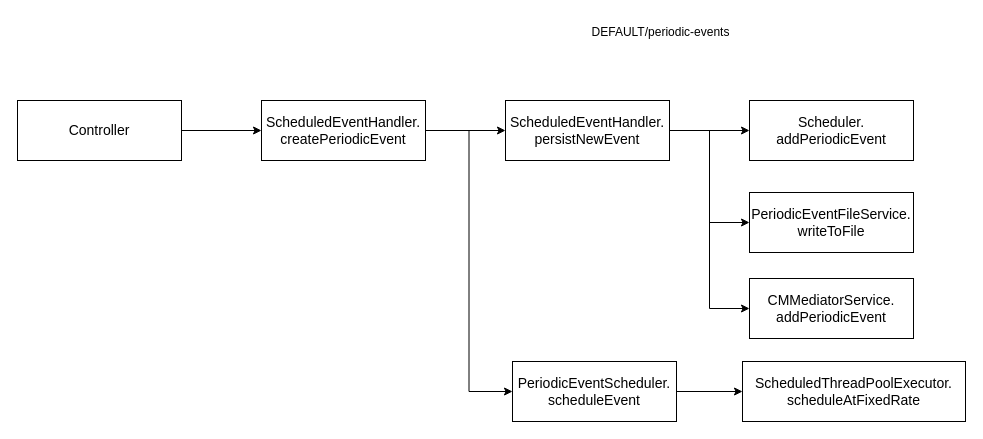
This is scheduler_BRO.drawio from Albert-W/Draw_io, a draw.io file, before an edit. Source tidied: cells renumbered, new cells numbered last; positions are measured from the earlier drawing's top-left corner, leaving out a move shared by most shapes. Both pictures are drawn from the tidied source at 100%, with x=0, y=0 at pixel (17, 17).
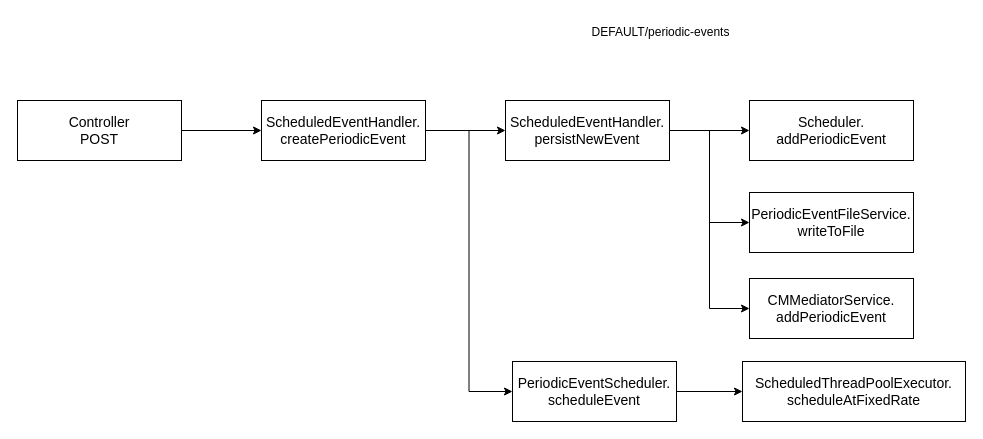
The same page after the edit.

Diff of the diagram source:
```diff
@@
 <mxGraphModel>
   <root>
     <mxCell id="0" />
     <mxCell id="1" parent="0" />
     <mxCell id="2" style="edgeStyle=orthogonalEdgeStyle;rounded=0;jettySize=auto;html=1;" parent="1" edge="1" source="3" target="6">
       <mxGeometry relative="1" as="geometry" />
     </mxCell>
-    <mxCell id="3" value="Controller" style="whiteSpace=wrap;html=1;align=center;newEdgeStyle={&quot;edgeStyle&quot;:&quot;elbowEdgeStyle&quot;,&quot;startArrow&quot;:&quot;none&quot;,&quot;endArrow&quot;:&quot;none&quot;};fontStyle=0;fontSize=14;" parent="1" vertex="1">
+    <mxCell id="3" value="&lt;div&gt;Controller&lt;/div&gt;POST" style="whiteSpace=wrap;html=1;align=center;newEdgeStyle={&quot;edgeStyle&quot;:&quot;elbowEdgeStyle&quot;,&quot;startArrow&quot;:&quot;none&quot;,&quot;endArrow&quot;:&quot;none&quot;};fontStyle=0;fontSize=14;" parent="1" vertex="1">
       <mxGeometry y="83" width="164" height="60" as="geometry" />
     </mxCell>
     <mxCell id="4" style="edgeStyle=orthogonalEdgeStyle;rounded=0;jettySize=auto;html=1;" parent="1" edge="1" source="6" target="10">
       <mxGeometry relative="1" as="geometry" />
     </mxCell>
     <mxCell id="5" style="edgeStyle=orthogonalEdgeStyle;rounded=0;jettySize=auto;html=1;entryX=0;entryY=0.5;entryDx=0;entryDy=0;" parent="1" edge="1" source="6" target="16">
       <mxGeometry relative="1" as="geometry" />
     </mxCell>
     <mxCell id="6" value="&lt;div&gt;ScheduledEventHandler.&lt;/div&gt;&lt;div&gt;createPeriodicEvent&lt;br&gt;&lt;/div&gt;" style="whiteSpace=wrap;html=1;align=center;newEdgeStyle={&quot;edgeStyle&quot;:&quot;elbowEdgeStyle&quot;,&quot;startArrow&quot;:&quot;none&quot;,&quot;endArrow&quot;:&quot;none&quot;};fontStyle=0;fontSize=14;" parent="1" vertex="1">
       <mxGeometry x="244" y="83" width="164" height="60" as="geometry" />
     </mxCell>
     <mxCell id="7" style="edgeStyle=orthogonalEdgeStyle;rounded=0;jettySize=auto;html=1;" parent="1" edge="1" source="10" target="12">
       <mxGeometry relative="1" as="geometry" />
     </mxCell>
     <mxCell id="8" style="edgeStyle=orthogonalEdgeStyle;rounded=0;jettySize=auto;html=1;entryX=0;entryY=0.5;entryDx=0;entryDy=0;" parent="1" edge="1" source="10" target="13">
       <mxGeometry relative="1" as="geometry" />
     </mxCell>
     <mxCell id="9" style="edgeStyle=orthogonalEdgeStyle;rounded=0;jettySize=auto;html=1;entryX=0;entryY=0.5;entryDx=0;entryDy=0;" parent="1" edge="1" source="10" target="14">
       <mxGeometry relative="1" as="geometry" />
     </mxCell>
     <mxCell id="10" value="&lt;div&gt;ScheduledEventHandler.&lt;/div&gt;&lt;div&gt;persistNewEvent&lt;br&gt;&lt;/div&gt;" style="whiteSpace=wrap;html=1;align=center;newEdgeStyle={&quot;edgeStyle&quot;:&quot;elbowEdgeStyle&quot;,&quot;startArrow&quot;:&quot;none&quot;,&quot;endArrow&quot;:&quot;none&quot;};fontStyle=0;fontSize=14;" parent="1" vertex="1">
       <mxGeometry x="488" y="83" width="164" height="60" as="geometry" />
     </mxCell>
     <mxCell id="11" value="DEFAULT/periodic-events" style="text;html=1;strokeColor=none;fillColor=none;align=center;verticalAlign=middle;whiteSpace=wrap;rounded=0;" parent="1" vertex="1">
       <mxGeometry x="540" width="207" height="30" as="geometry" />
     </mxCell>
     <mxCell id="12" value="&lt;div&gt;Scheduler.&lt;/div&gt;&lt;div&gt;addPeriodicEvent&lt;br&gt;&lt;/div&gt;" style="whiteSpace=wrap;html=1;align=center;newEdgeStyle={&quot;edgeStyle&quot;:&quot;elbowEdgeStyle&quot;,&quot;startArrow&quot;:&quot;none&quot;,&quot;endArrow&quot;:&quot;none&quot;};fontStyle=0;fontSize=14;" parent="1" vertex="1">
       <mxGeometry x="732" y="83" width="164" height="60" as="geometry" />
     </mxCell>
     <mxCell id="13" value="&lt;div&gt;PeriodicEventFileService.&lt;/div&gt;&lt;div&gt;writeToFile&lt;br&gt;&lt;/div&gt;" style="whiteSpace=wrap;html=1;align=center;newEdgeStyle={&quot;edgeStyle&quot;:&quot;elbowEdgeStyle&quot;,&quot;startArrow&quot;:&quot;none&quot;,&quot;endArrow&quot;:&quot;none&quot;};fontStyle=0;fontSize=14;" parent="1" vertex="1">
       <mxGeometry x="732" y="175" width="164" height="60" as="geometry" />
     </mxCell>
     <mxCell id="14" value="&lt;div&gt;CMMediatorService.&lt;/div&gt;&lt;div&gt;addPeriodicEvent&lt;br&gt;&lt;/div&gt;" style="whiteSpace=wrap;html=1;align=center;newEdgeStyle={&quot;edgeStyle&quot;:&quot;elbowEdgeStyle&quot;,&quot;startArrow&quot;:&quot;none&quot;,&quot;endArrow&quot;:&quot;none&quot;};fontStyle=0;fontSize=14;" parent="1" vertex="1">
       <mxGeometry x="732" y="261" width="164" height="60" as="geometry" />
     </mxCell>
     <mxCell id="15" style="edgeStyle=orthogonalEdgeStyle;rounded=0;jettySize=auto;html=1;" parent="1" edge="1" source="16" target="17">
       <mxGeometry relative="1" as="geometry" />
     </mxCell>
     <mxCell id="16" value="&lt;div&gt;PeriodicEventScheduler.&lt;/div&gt;&lt;div&gt;scheduleEvent&lt;br&gt;&lt;/div&gt;" style="whiteSpace=wrap;html=1;align=center;newEdgeStyle={&quot;edgeStyle&quot;:&quot;elbowEdgeStyle&quot;,&quot;startArrow&quot;:&quot;none&quot;,&quot;endArrow&quot;:&quot;none&quot;};fontStyle=0;fontSize=14;" parent="1" vertex="1">
       <mxGeometry x="495" y="344" width="164" height="60" as="geometry" />
     </mxCell>
     <mxCell id="17" value="&lt;div&gt;ScheduledThreadPoolExecutor.&lt;/div&gt;&lt;div&gt;scheduleAtFixedRate&lt;br&gt;&lt;/div&gt;" style="whiteSpace=wrap;html=1;align=center;newEdgeStyle={&quot;edgeStyle&quot;:&quot;elbowEdgeStyle&quot;,&quot;startArrow&quot;:&quot;none&quot;,&quot;endArrow&quot;:&quot;none&quot;};fontStyle=0;fontSize=14;" parent="1" vertex="1">
       <mxGeometry x="725" y="344" width="223" height="60" as="geometry" />
     </mxCell>
   </root>
 </mxGraphModel>
```
